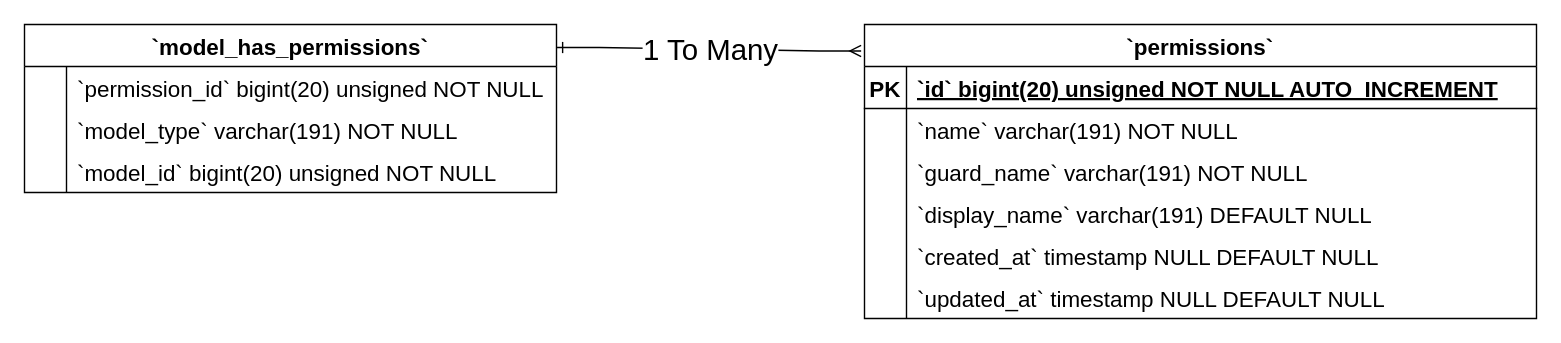
Earlier version of the draw.io diagram Model Has Permissions ERD Diagram.drawio (Simasco/diagram). Source tidied: cells renumbered, new cells numbered last; positions are measured from the earlier drawing's top-left corner, leaving out a move shared by most shapes. Both pictures are drawn from the tidied source at 140%, with x=0, y=0 at pixel (24, 24).
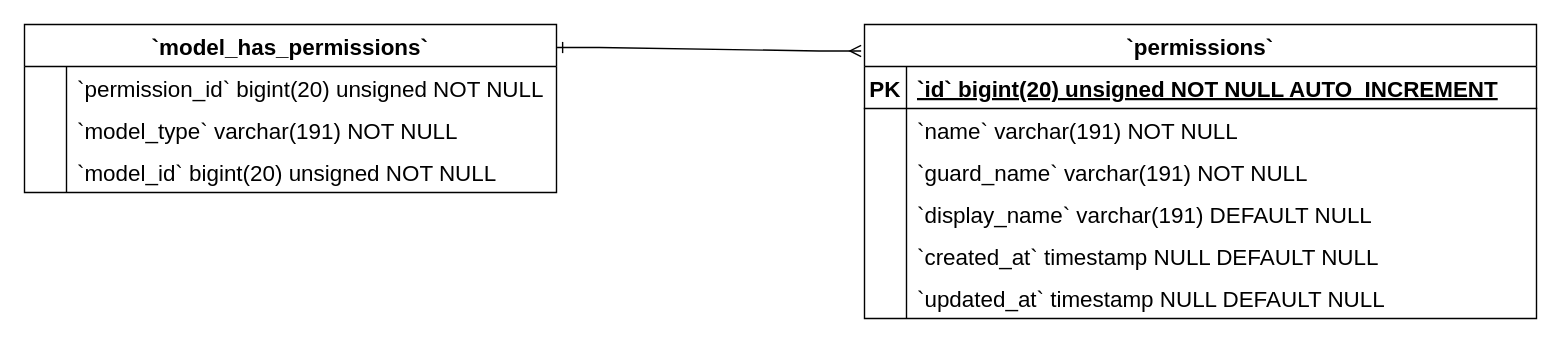
Above is the later version.

Unchanged cells that the change refers to:
```xml
<mxCell id="31" style="edgeStyle=entityRelationEdgeStyle;fontSize=12;html=1;endArrow=ERmany;rounded=0;exitX=1.001;exitY=0.137;exitDx=0;exitDy=0;exitPerimeter=0;entryX=-0.005;entryY=0.09;entryDx=0;entryDy=0;entryPerimeter=0;endFill=0;startArrow=ERone;startFill=0;" parent="1" edge="1" source="21" target="2">
  <mxGeometry relative="1" as="geometry" />
</mxCell>
```

Change to the diagram source:
```diff
@@
-    <mxCell id="32" value="&lt;font style=&quot;font-size: 21px;&quot;&gt;1 To Many&lt;/font&gt;" style="edgeLabel;html=1;align=center;verticalAlign=middle;" parent="31" vertex="1">
-      <mxGeometry x="0.01" relative="1" as="geometry">
-        <mxPoint x="-1" as="offset" />
-      </mxGeometry>
-    </mxCell>
```
